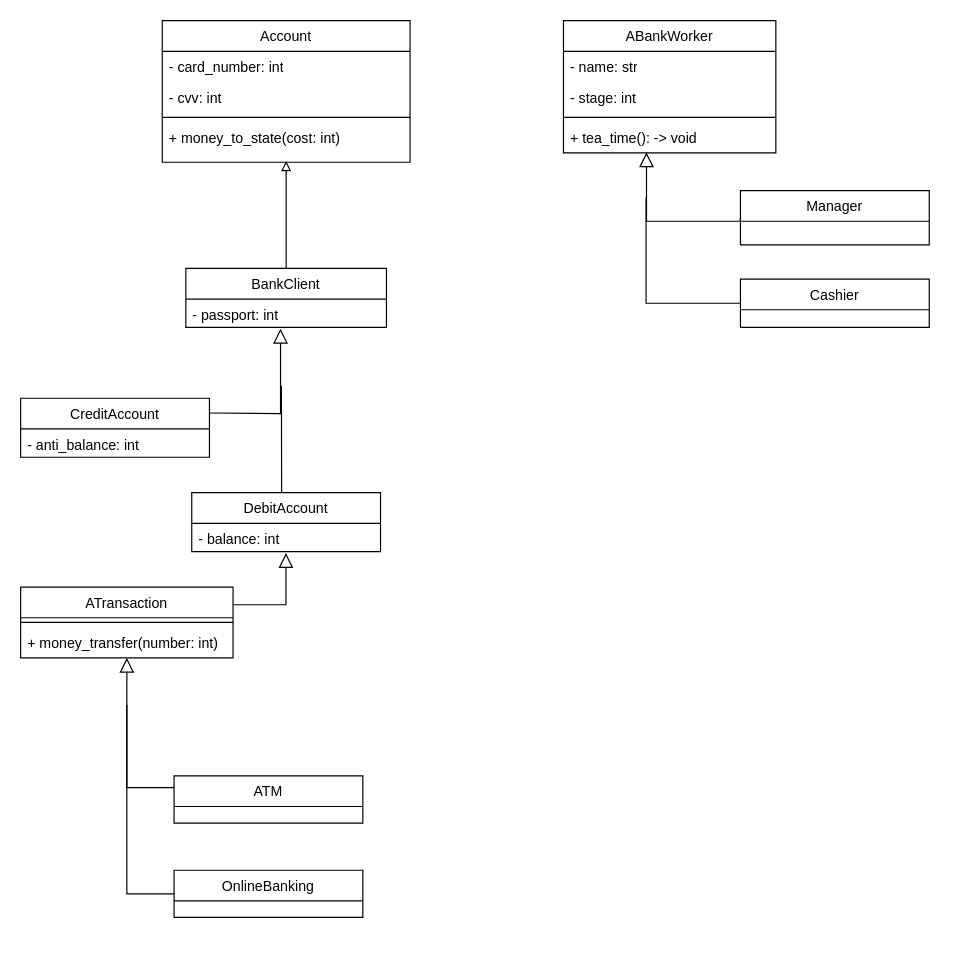
Before: hw_5/oop_5_2_2.drawio in kondak12/oop_practices, a draw.io diagram. Source tidied: cells renumbered, new cells numbered last; positions are measured from the earlier drawing's top-left corner, leaving out a move shared by most shapes. Both pictures are drawn from the tidied source at 118%, with x=0, y=0 at pixel (20, 20).
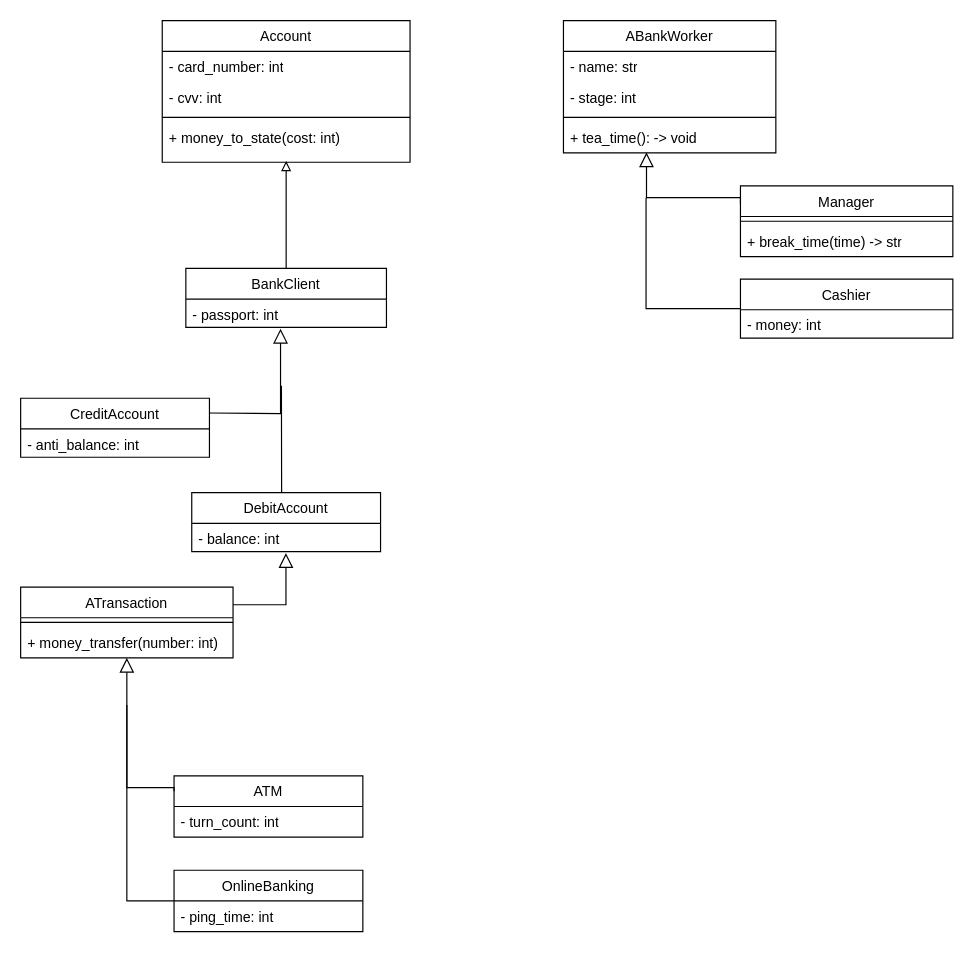
After the change.

The change refers to these unchanged cells:
```xml
<mxCell id="20" value="+ tea_time(): -&amp;gt; void" style="text;strokeColor=none;fillColor=none;align=left;verticalAlign=top;spacingLeft=4;spacingRight=4;overflow=hidden;points=[[0,0.5],[1,0.5]];portConstraint=eastwest;whiteSpace=wrap;html=1;" parent="16" vertex="1">
  <mxGeometry y="86" width="180" height="26" as="geometry" />
</mxCell>
```

What changed in the source:
```diff
@@
-    <mxCell id="2" value="Manager" style="swimlane;fontStyle=0;align=center;verticalAlign=top;horizontal=1;startSize=26;rounded=0;shadow=0;strokeWidth=1;" parent="1" vertex="1">
-      <mxGeometry x="610" y="144" width="160" height="46" as="geometry" />
-    </mxCell>
@@
     <mxCell id="6" value="Cashier" style="swimlane;fontStyle=0;align=center;verticalAlign=top;horizontal=1;startSize=26;rounded=0;shadow=0;strokeWidth=1;" parent="1" vertex="1">
-      <mxGeometry x="610" y="219" width="160" height="41" as="geometry" />
+      <mxGeometry x="610" y="219" width="180" height="50" as="geometry" />
     </mxCell>
+    <mxCell id="33" value="- money: int" style="text;strokeColor=none;fillColor=none;align=left;verticalAlign=top;spacingLeft=4;spacingRight=4;overflow=hidden;whiteSpace=wrap;html=1;" parent="6" vertex="1">
+      <mxGeometry y="26" width="180" height="24" as="geometry" />
+    </mxCell>
@@
-    <mxCell id="8" style="endArrow=block;endSize=10;endFill=0;shadow=0;strokeWidth=1;rounded=0;curved=0;edgeStyle=elbowEdgeStyle;elbow=vertical;exitX=0;exitY=0.5;exitDx=0;exitDy=0;entryX=0.391;entryY=0.985;entryDx=0;entryDy=0;entryPerimeter=0;" parent="1" edge="1" source="2" target="20">
+    <mxCell id="8" style="endArrow=block;endSize=10;endFill=0;shadow=0;strokeWidth=1;rounded=0;curved=0;edgeStyle=elbowEdgeStyle;elbow=vertical;exitX=0;exitY=0.25;exitDx=0;exitDy=0;entryX=0.391;entryY=0.985;entryDx=0;entryDy=0;entryPerimeter=0;" parent="1" edge="1" source="2" target="20">
       <mxGeometry relative="1" as="geometry">
         <Array as="points">
-          <mxPoint x="570" y="170" />
+          <mxPoint x="590" y="150" />
         </Array>
       </mxGeometry>
     </mxCell>
@@
     <mxCell id="21" value="ATM" style="swimlane;fontStyle=0;align=center;verticalAlign=top;horizontal=1;startSize=26;rounded=0;shadow=0;strokeWidth=1;" parent="1" vertex="1">
-      <mxGeometry x="130" y="640" width="160" height="40" as="geometry" />
+      <mxGeometry x="130" y="640" width="160" height="52" as="geometry" />
     </mxCell>
+    <mxCell id="34" value="- turn_count: int" style="text;strokeColor=none;fillColor=none;align=left;verticalAlign=top;spacingLeft=4;spacingRight=4;overflow=hidden;whiteSpace=wrap;html=1;" parent="21" vertex="1">
+      <mxGeometry y="26" width="160" height="26" as="geometry" />
+    </mxCell>
@@
     <mxCell id="30" value="OnlineBanking" style="swimlane;fontStyle=0;align=center;verticalAlign=top;horizontal=1;startSize=26;rounded=0;shadow=0;strokeWidth=1;" parent="1" vertex="1">
-      <mxGeometry x="130" y="720" width="160" height="40" as="geometry" />
+      <mxGeometry x="130" y="720" width="160" height="52" as="geometry" />
     </mxCell>
+    <mxCell id="35" value="- ping_time: int" style="text;strokeColor=none;fillColor=none;align=left;verticalAlign=top;spacingLeft=4;spacingRight=4;overflow=hidden;whiteSpace=wrap;html=1;" parent="30" vertex="1">
+      <mxGeometry y="26" width="160" height="26" as="geometry" />
+    </mxCell>
@@
+    <mxCell id="2" value="&lt;span style=&quot;font-weight: 400; text-wrap-mode: nowrap;&quot;&gt;Manager&lt;/span&gt;" style="swimlane;fontStyle=1;align=center;verticalAlign=top;horizontal=1;startSize=26;whiteSpace=wrap;html=1;" parent="1" vertex="1">
+      <mxGeometry x="610" y="140" width="180" height="60" as="geometry" />
+    </mxCell>
+    <mxCell id="36" style="line;strokeWidth=1;fillColor=none;align=left;verticalAlign=middle;spacingTop=-1;spacingLeft=3;spacingRight=3;labelPosition=right;strokeColor=inherit;" parent="2" vertex="1">
+      <mxGeometry y="26" width="180" height="8" as="geometry" />
+    </mxCell>
+    <mxCell id="37" value="+ break_time(time) -&amp;gt; str" style="text;strokeColor=none;fillColor=none;align=left;verticalAlign=top;spacingLeft=4;spacingRight=4;overflow=hidden;whiteSpace=wrap;html=1;" parent="2" vertex="1">
+      <mxGeometry y="34" width="180" height="26" as="geometry" />
+    </mxCell>
```
